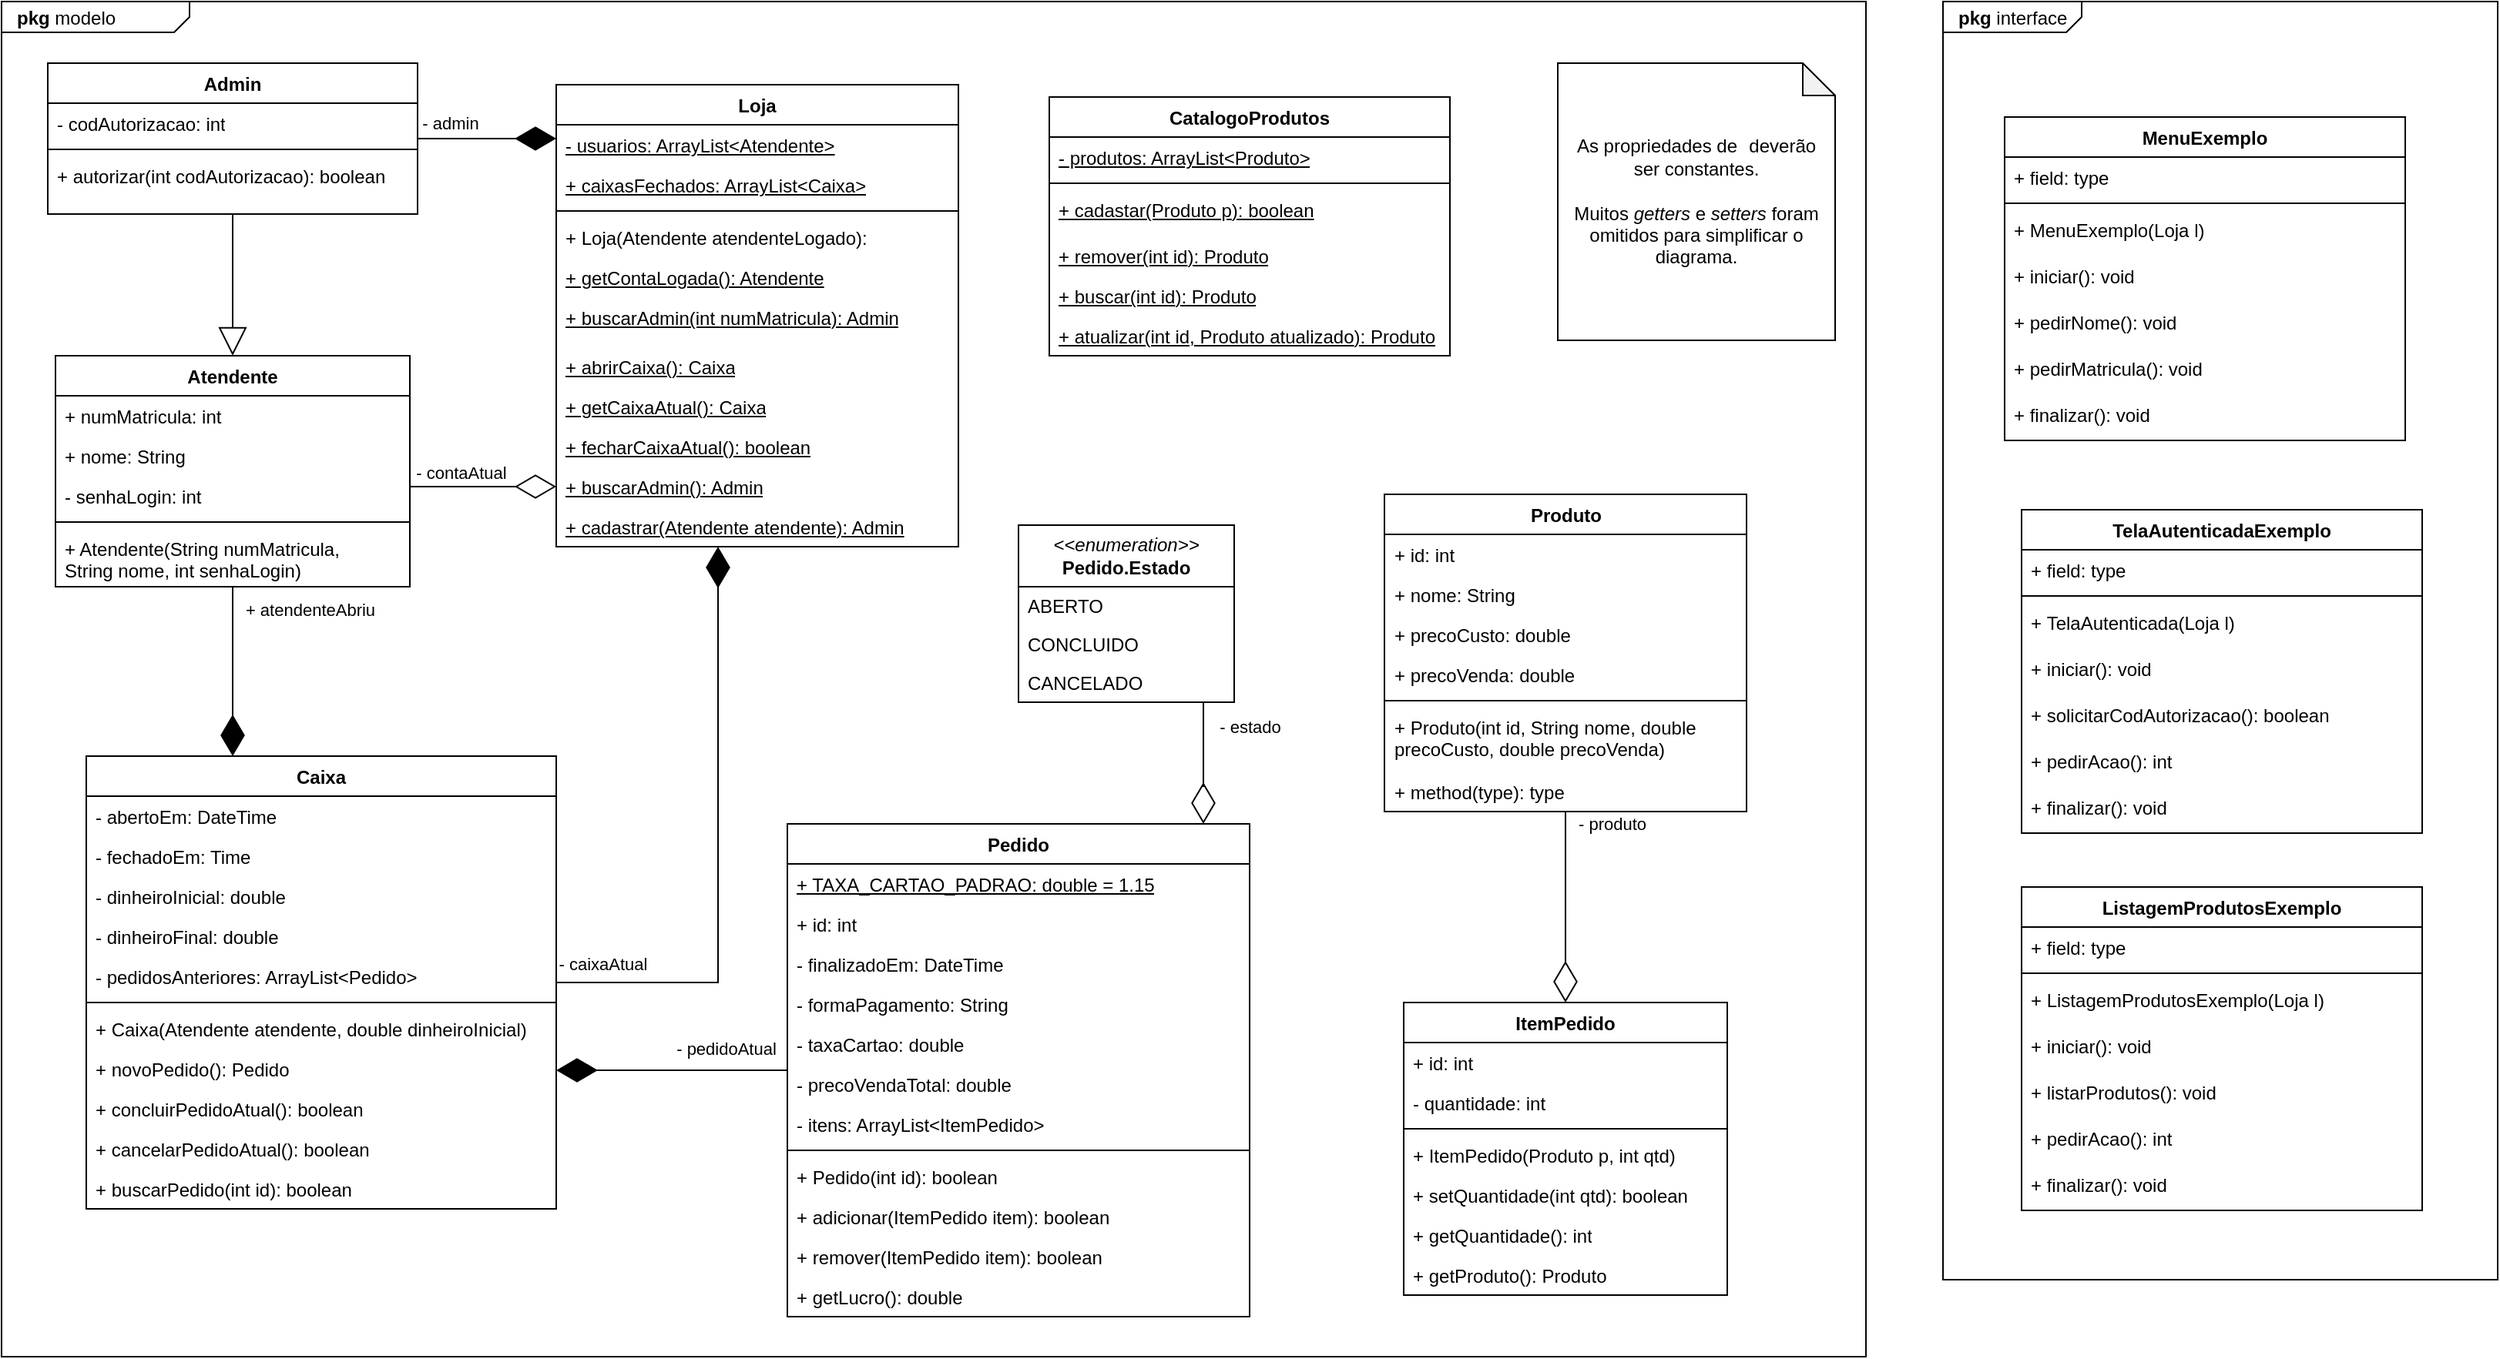
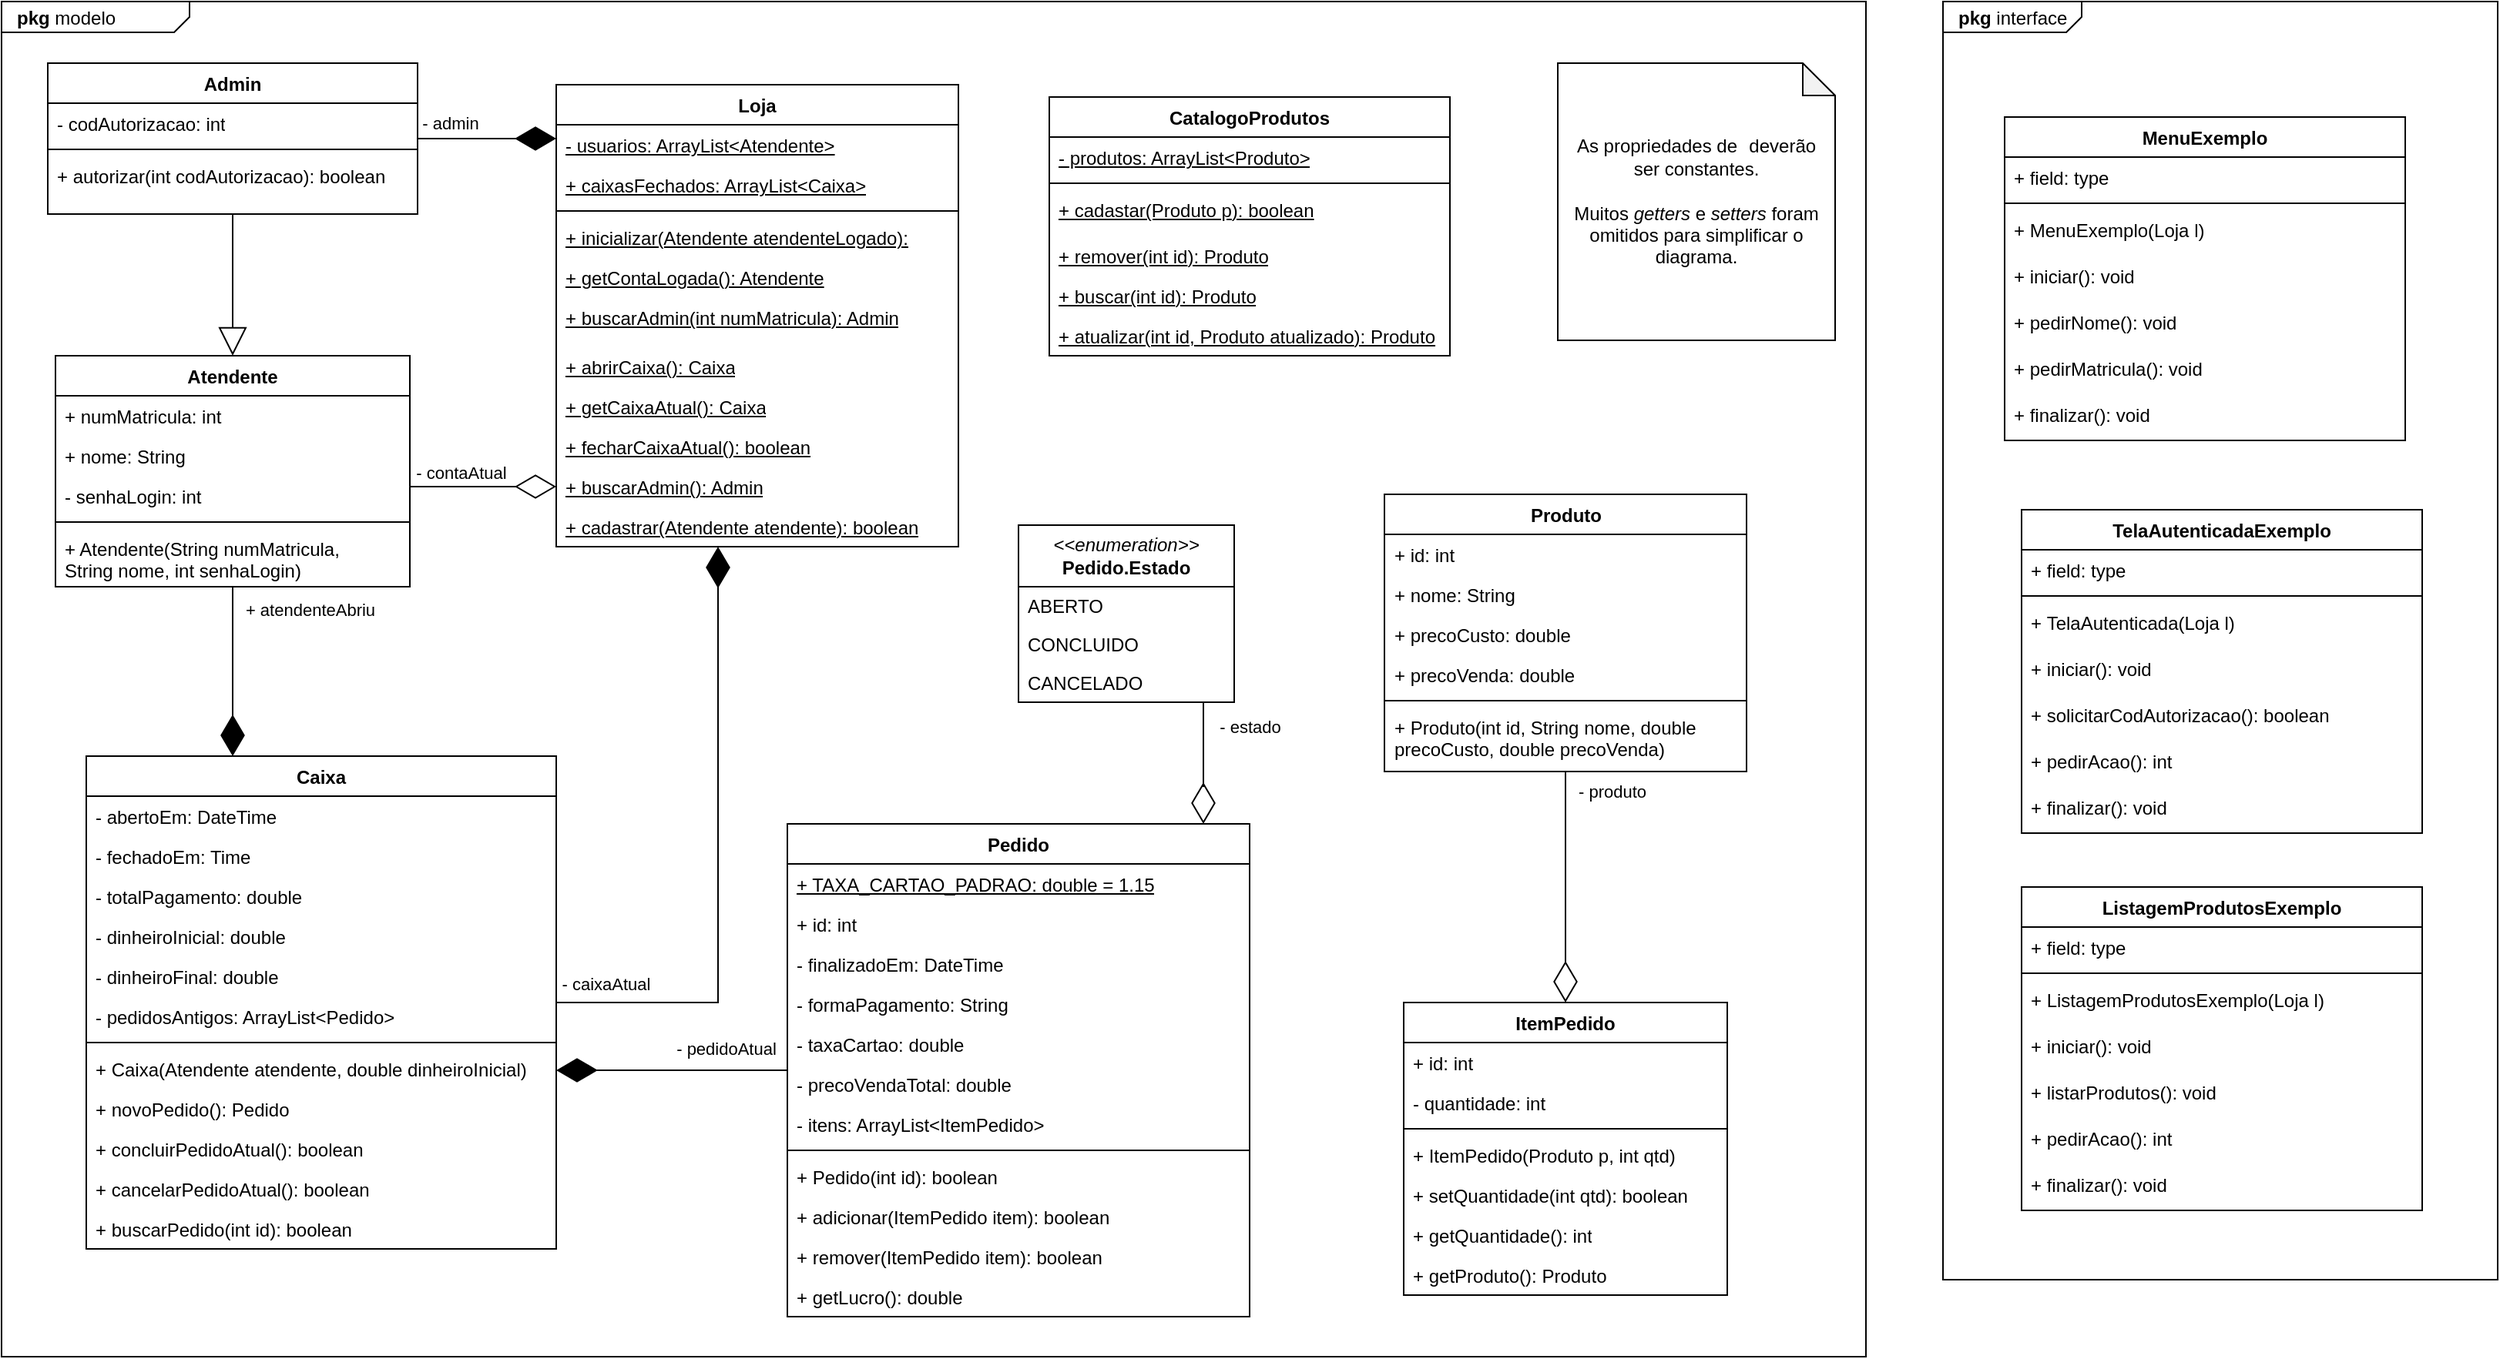
<mxfile host="Electron">
  <diagram name="Página-1" id="9ZmY0ZwC9zlJIqc9ISHl">
-     <mxGraphModel dx="2327" dy="1871" grid="1" gridSize="10" guides="1" tooltips="1" connect="1" arrows="1" fold="1" page="1" pageScale="1" pageWidth="827" pageHeight="1169" math="0" shadow="0">
+     <mxGraphModel dx="2131" dy="1750" grid="1" gridSize="10" guides="1" tooltips="1" connect="1" arrows="1" fold="1" page="1" pageScale="1" pageWidth="827" pageHeight="1169" math="0" shadow="0">
      <root>
        <mxCell id="0" />
        <mxCell id="1" parent="0" />
        <mxCell id="gy4Eh5UNHML4C2wZnuB5-49" parent="1" style="html=1;shape=mxgraph.sysml.package;xSize=90;align=left;spacingLeft=10;overflow=fill;recursiveResize=0;container=1;collapsible=0;labelX=122.94;movable=1;resizable=1;rotatable=1;deletable=1;editable=1;locked=0;connectable=1;" value="&lt;p style=&quot;margin:0px;margin-top:4px;margin-left:10px;text-align:left;&quot;&gt;&lt;b&gt;pkg&lt;/b&gt;   modelo&lt;/p&gt;" vertex="1">
          <mxGeometry height="880" width="1210" x="-260" y="-210" as="geometry">
            <mxRectangle height="30" width="120" x="40" y="40" as="alternateBounds" />
          </mxGeometry>
        </mxCell>
        <mxCell id="gy4Eh5UNHML4C2wZnuB5-27" parent="gy4Eh5UNHML4C2wZnuB5-49" style="swimlane;fontStyle=1;align=center;verticalAlign=top;childLayout=stackLayout;horizontal=1;startSize=26;horizontalStack=0;resizeParent=1;resizeParentMax=0;resizeLast=0;collapsible=1;marginBottom=0;whiteSpace=wrap;html=1;resizeHeight=0;expand=0;resizeWidth=1;" value="Loja" vertex="1">
          <mxGeometry height="300" width="261" x="360" y="54" as="geometry" />
        </mxCell>
        <mxCell id="gy4Eh5UNHML4C2wZnuB5-128" parent="gy4Eh5UNHML4C2wZnuB5-27" style="text;strokeColor=none;fillColor=none;align=left;verticalAlign=top;spacingLeft=4;spacingRight=4;overflow=hidden;rotatable=0;points=[[0,0.5],[1,0.5]];portConstraint=eastwest;whiteSpace=wrap;html=1;" value="&lt;u&gt;- usuarios: ArrayList&amp;lt;Atendente&amp;gt;&lt;/u&gt;" vertex="1">
          <mxGeometry height="26" width="261" y="26" as="geometry" />
        </mxCell>
        <mxCell id="gy4Eh5UNHML4C2wZnuB5-129" parent="gy4Eh5UNHML4C2wZnuB5-27" style="text;strokeColor=none;fillColor=none;align=left;verticalAlign=top;spacingLeft=4;spacingRight=4;overflow=hidden;rotatable=0;points=[[0,0.5],[1,0.5]];portConstraint=eastwest;whiteSpace=wrap;html=1;" value="&lt;u&gt;+ caixasFechados: ArrayList&amp;lt;Caixa&amp;gt;&lt;/u&gt;" vertex="1">
          <mxGeometry height="26" width="261" y="52" as="geometry" />
        </mxCell>
        <mxCell id="gy4Eh5UNHML4C2wZnuB5-29" parent="gy4Eh5UNHML4C2wZnuB5-27" style="line;strokeWidth=1;fillColor=none;align=left;verticalAlign=middle;spacingTop=-1;spacingLeft=3;spacingRight=3;rotatable=0;labelPosition=right;points=[];portConstraint=eastwest;strokeColor=inherit;" value="" vertex="1">
          <mxGeometry height="8" width="261" y="78" as="geometry" />
        </mxCell>
-         <mxCell id="EbaSRvtsIRmWHhfiMmkh-74" parent="gy4Eh5UNHML4C2wZnuB5-27" style="text;strokeColor=none;fillColor=none;align=left;verticalAlign=top;spacingLeft=4;spacingRight=4;overflow=hidden;rotatable=0;points=[[0,0.5],[1,0.5]];portConstraint=eastwest;whiteSpace=wrap;html=1;" value="+ Loja(Atendente atendenteLogado):" vertex="1">
+         <mxCell id="EbaSRvtsIRmWHhfiMmkh-74" parent="gy4Eh5UNHML4C2wZnuB5-27" style="text;strokeColor=none;fillColor=none;align=left;verticalAlign=top;spacingLeft=4;spacingRight=4;overflow=hidden;rotatable=0;points=[[0,0.5],[1,0.5]];portConstraint=eastwest;whiteSpace=wrap;html=1;" value="&lt;u&gt;+ inicializar(Atendente atendenteLogado):&lt;/u&gt;" vertex="1">
          <mxGeometry height="26" width="261" y="86" as="geometry" />
        </mxCell>
        <mxCell id="EbaSRvtsIRmWHhfiMmkh-78" parent="gy4Eh5UNHML4C2wZnuB5-27" style="text;strokeColor=none;fillColor=none;align=left;verticalAlign=top;spacingLeft=4;spacingRight=4;overflow=hidden;rotatable=0;points=[[0,0.5],[1,0.5]];portConstraint=eastwest;whiteSpace=wrap;html=1;" value="&lt;u&gt;+ getContaLogada(): Atendente&lt;/u&gt;" vertex="1">
          <mxGeometry height="26" width="261" y="112" as="geometry" />
        </mxCell>
        <mxCell id="gy4Eh5UNHML4C2wZnuB5-30" parent="gy4Eh5UNHML4C2wZnuB5-27" style="text;strokeColor=none;fillColor=none;align=left;verticalAlign=top;spacingLeft=4;spacingRight=4;overflow=hidden;rotatable=0;points=[[0,0.5],[1,0.5]];portConstraint=eastwest;whiteSpace=wrap;html=1;" value="&lt;u&gt;+ buscarAdmin(int numMatricula): Admin&lt;/u&gt;" vertex="1">
          <mxGeometry height="32" width="261" y="138" as="geometry" />
        </mxCell>
        <mxCell id="gy4Eh5UNHML4C2wZnuB5-137" parent="gy4Eh5UNHML4C2wZnuB5-27" style="text;strokeColor=none;fillColor=none;align=left;verticalAlign=top;spacingLeft=4;spacingRight=4;overflow=hidden;rotatable=0;points=[[0,0.5],[1,0.5]];portConstraint=eastwest;whiteSpace=wrap;html=1;" value="&lt;u&gt;+ abrirCaixa(): Caixa&lt;/u&gt;" vertex="1">
          <mxGeometry height="26" width="261" y="170" as="geometry" />
        </mxCell>
        <mxCell id="EbaSRvtsIRmWHhfiMmkh-39" parent="gy4Eh5UNHML4C2wZnuB5-27" style="text;strokeColor=none;fillColor=none;align=left;verticalAlign=top;spacingLeft=4;spacingRight=4;overflow=hidden;rotatable=0;points=[[0,0.5],[1,0.5]];portConstraint=eastwest;whiteSpace=wrap;html=1;" value="&lt;u&gt;+ getCaixaAtual(): Caixa&lt;/u&gt;" vertex="1">
          <mxGeometry height="26" width="261" y="196" as="geometry" />
        </mxCell>
        <mxCell id="EbaSRvtsIRmWHhfiMmkh-40" parent="gy4Eh5UNHML4C2wZnuB5-27" style="text;strokeColor=none;fillColor=none;align=left;verticalAlign=top;spacingLeft=4;spacingRight=4;overflow=hidden;rotatable=0;points=[[0,0.5],[1,0.5]];portConstraint=eastwest;whiteSpace=wrap;html=1;" value="&lt;u&gt;+ fecharCaixaAtual(): boolean&lt;/u&gt;" vertex="1">
          <mxGeometry height="26" width="261" y="222" as="geometry" />
        </mxCell>
        <mxCell id="gy4Eh5UNHML4C2wZnuB5-138" parent="gy4Eh5UNHML4C2wZnuB5-27" style="text;strokeColor=none;fillColor=none;align=left;verticalAlign=top;spacingLeft=4;spacingRight=4;overflow=hidden;rotatable=0;points=[[0,0.5],[1,0.5]];portConstraint=eastwest;whiteSpace=wrap;html=1;" value="&lt;u&gt;+ buscarAdmin(): Admin&lt;/u&gt;" vertex="1">
          <mxGeometry height="26" width="261" y="248" as="geometry" />
        </mxCell>
-         <mxCell id="EbaSRvtsIRmWHhfiMmkh-5" parent="gy4Eh5UNHML4C2wZnuB5-27" style="text;strokeColor=none;fillColor=none;align=left;verticalAlign=top;spacingLeft=4;spacingRight=4;overflow=hidden;rotatable=0;points=[[0,0.5],[1,0.5]];portConstraint=eastwest;whiteSpace=wrap;html=1;" value="&lt;u&gt;+ cadastrar(Atendente atendente): Admin&lt;/u&gt;" vertex="1">
+         <mxCell id="EbaSRvtsIRmWHhfiMmkh-5" parent="gy4Eh5UNHML4C2wZnuB5-27" style="text;strokeColor=none;fillColor=none;align=left;verticalAlign=top;spacingLeft=4;spacingRight=4;overflow=hidden;rotatable=0;points=[[0,0.5],[1,0.5]];portConstraint=eastwest;whiteSpace=wrap;html=1;" value="&lt;u&gt;+ cadastrar(Atendente atendente): boolean&lt;/u&gt;" vertex="1">
          <mxGeometry height="26" width="261" y="274" as="geometry" />
        </mxCell>
        <mxCell id="gy4Eh5UNHML4C2wZnuB5-11" parent="gy4Eh5UNHML4C2wZnuB5-49" style="swimlane;fontStyle=1;align=center;verticalAlign=top;childLayout=stackLayout;horizontal=1;startSize=26;horizontalStack=0;resizeParent=1;resizeParentMax=0;resizeLast=0;collapsible=1;marginBottom=0;whiteSpace=wrap;html=1;" value="CatalogoProdutos" vertex="1">
          <mxGeometry height="168" width="260" x="680" y="62" as="geometry" />
        </mxCell>
        <mxCell id="gy4Eh5UNHML4C2wZnuB5-131" parent="gy4Eh5UNHML4C2wZnuB5-11" style="text;strokeColor=none;fillColor=none;align=left;verticalAlign=top;spacingLeft=4;spacingRight=4;overflow=hidden;rotatable=0;points=[[0,0.5],[1,0.5]];portConstraint=eastwest;whiteSpace=wrap;html=1;" value="&lt;u&gt;- produtos: ArrayList&amp;lt;Produto&amp;gt;&lt;/u&gt;" vertex="1">
          <mxGeometry height="26" width="260" y="26" as="geometry" />
        </mxCell>
        <mxCell id="gy4Eh5UNHML4C2wZnuB5-13" parent="gy4Eh5UNHML4C2wZnuB5-11" style="line;strokeWidth=1;fillColor=none;align=left;verticalAlign=middle;spacingTop=-1;spacingLeft=3;spacingRight=3;rotatable=0;labelPosition=right;points=[];portConstraint=eastwest;strokeColor=inherit;" value="" vertex="1">
          <mxGeometry height="8" width="260" y="52" as="geometry" />
        </mxCell>
        <mxCell id="gy4Eh5UNHML4C2wZnuB5-134" parent="gy4Eh5UNHML4C2wZnuB5-11" style="text;strokeColor=none;fillColor=none;align=left;verticalAlign=top;spacingLeft=4;spacingRight=4;overflow=hidden;rotatable=0;points=[[0,0.5],[1,0.5]];portConstraint=eastwest;whiteSpace=wrap;html=1;" value="&lt;u&gt;+ cadastar(Produto p&lt;/u&gt;&lt;u style=&quot;background-color: transparent; color: light-dark(rgb(0, 0, 0), rgb(255, 255, 255));&quot;&gt;): boolean&lt;/u&gt;" vertex="1">
          <mxGeometry height="30" width="260" y="60" as="geometry" />
        </mxCell>
        <mxCell id="EbaSRvtsIRmWHhfiMmkh-1" parent="gy4Eh5UNHML4C2wZnuB5-11" style="text;strokeColor=none;fillColor=none;align=left;verticalAlign=top;spacingLeft=4;spacingRight=4;overflow=hidden;rotatable=0;points=[[0,0.5],[1,0.5]];portConstraint=eastwest;whiteSpace=wrap;html=1;" value="&lt;u&gt;+ remover(int id&lt;/u&gt;&lt;u style=&quot;background-color: transparent; color: light-dark(rgb(0, 0, 0), rgb(255, 255, 255));&quot;&gt;): Produto&lt;/u&gt;" vertex="1">
          <mxGeometry height="26" width="260" y="90" as="geometry" />
        </mxCell>
        <mxCell id="EbaSRvtsIRmWHhfiMmkh-3" parent="gy4Eh5UNHML4C2wZnuB5-11" style="text;strokeColor=none;fillColor=none;align=left;verticalAlign=top;spacingLeft=4;spacingRight=4;overflow=hidden;rotatable=0;points=[[0,0.5],[1,0.5]];portConstraint=eastwest;whiteSpace=wrap;html=1;" value="&lt;u&gt;+ buscar(int id&lt;/u&gt;&lt;u style=&quot;background-color: transparent; color: light-dark(rgb(0, 0, 0), rgb(255, 255, 255));&quot;&gt;): Produto&lt;/u&gt;" vertex="1">
          <mxGeometry height="26" width="260" y="116" as="geometry" />
        </mxCell>
        <mxCell id="EbaSRvtsIRmWHhfiMmkh-4" parent="gy4Eh5UNHML4C2wZnuB5-11" style="text;strokeColor=none;fillColor=none;align=left;verticalAlign=top;spacingLeft=4;spacingRight=4;overflow=hidden;rotatable=0;points=[[0,0.5],[1,0.5]];portConstraint=eastwest;whiteSpace=wrap;html=1;" value="&lt;u&gt;+ atualizar(int id, Produto atualizado&lt;/u&gt;&lt;u style=&quot;background-color: transparent; color: light-dark(rgb(0, 0, 0), rgb(255, 255, 255));&quot;&gt;): Produto&lt;/u&gt;" vertex="1">
          <mxGeometry height="26" width="260" y="142" as="geometry" />
        </mxCell>
        <mxCell id="gy4Eh5UNHML4C2wZnuB5-31" parent="gy4Eh5UNHML4C2wZnuB5-49" style="swimlane;fontStyle=1;align=center;verticalAlign=top;childLayout=stackLayout;horizontal=1;startSize=26;horizontalStack=0;resizeParent=1;resizeParentMax=0;resizeLast=0;collapsible=1;marginBottom=0;whiteSpace=wrap;html=1;" value="Produto" vertex="1">
-           <mxGeometry height="206" width="235" x="897.5" y="320" as="geometry" />
+           <mxGeometry height="180" width="235" x="897.5" y="320" as="geometry" />
        </mxCell>
        <mxCell id="EbaSRvtsIRmWHhfiMmkh-2" parent="gy4Eh5UNHML4C2wZnuB5-31" style="text;strokeColor=none;fillColor=none;align=left;verticalAlign=top;spacingLeft=4;spacingRight=4;overflow=hidden;rotatable=0;points=[[0,0.5],[1,0.5]];portConstraint=eastwest;whiteSpace=wrap;html=1;" value="+ id: int" vertex="1">
          <mxGeometry height="26" width="235" y="26" as="geometry" />
        </mxCell>
        <mxCell id="gy4Eh5UNHML4C2wZnuB5-47" parent="gy4Eh5UNHML4C2wZnuB5-31" style="text;strokeColor=none;fillColor=none;align=left;verticalAlign=top;spacingLeft=4;spacingRight=4;overflow=hidden;rotatable=0;points=[[0,0.5],[1,0.5]];portConstraint=eastwest;whiteSpace=wrap;html=1;" value="+ nome: String" vertex="1">
          <mxGeometry height="26" width="235" y="52" as="geometry" />
        </mxCell>
        <mxCell id="gy4Eh5UNHML4C2wZnuB5-48" parent="gy4Eh5UNHML4C2wZnuB5-31" style="text;strokeColor=none;fillColor=none;align=left;verticalAlign=top;spacingLeft=4;spacingRight=4;overflow=hidden;rotatable=0;points=[[0,0.5],[1,0.5]];portConstraint=eastwest;whiteSpace=wrap;html=1;" value="+ precoCusto: double" vertex="1">
          <mxGeometry height="26" width="235" y="78" as="geometry" />
        </mxCell>
        <mxCell id="gy4Eh5UNHML4C2wZnuB5-32" parent="gy4Eh5UNHML4C2wZnuB5-31" style="text;strokeColor=none;fillColor=none;align=left;verticalAlign=top;spacingLeft=4;spacingRight=4;overflow=hidden;rotatable=0;points=[[0,0.5],[1,0.5]];portConstraint=eastwest;whiteSpace=wrap;html=1;" value="+ precoVenda: double" vertex="1">
          <mxGeometry height="26" width="235" y="104" as="geometry" />
        </mxCell>
        <mxCell id="gy4Eh5UNHML4C2wZnuB5-33" parent="gy4Eh5UNHML4C2wZnuB5-31" style="line;strokeWidth=1;fillColor=none;align=left;verticalAlign=middle;spacingTop=-1;spacingLeft=3;spacingRight=3;rotatable=0;labelPosition=right;points=[];portConstraint=eastwest;strokeColor=inherit;" value="" vertex="1">
          <mxGeometry height="8" width="235" y="130" as="geometry" />
        </mxCell>
        <mxCell id="gy4Eh5UNHML4C2wZnuB5-34" parent="gy4Eh5UNHML4C2wZnuB5-31" style="text;strokeColor=none;fillColor=none;align=left;verticalAlign=top;spacingLeft=4;spacingRight=4;overflow=hidden;rotatable=0;points=[[0,0.5],[1,0.5]];portConstraint=eastwest;whiteSpace=wrap;html=1;" value="+ Produto(int id, String nome, double precoCusto, double precoVenda)" vertex="1">
          <mxGeometry height="42" width="235" y="138" as="geometry" />
        </mxCell>
-         <mxCell id="EbaSRvtsIRmWHhfiMmkh-44" parent="gy4Eh5UNHML4C2wZnuB5-31" style="text;strokeColor=none;fillColor=none;align=left;verticalAlign=top;spacingLeft=4;spacingRight=4;overflow=hidden;rotatable=0;points=[[0,0.5],[1,0.5]];portConstraint=eastwest;whiteSpace=wrap;html=1;" value="+ method(type): type" vertex="1">
-           <mxGeometry height="26" width="235" y="180" as="geometry" />
-         </mxCell>
        <mxCell id="gy4Eh5UNHML4C2wZnuB5-7" parent="gy4Eh5UNHML4C2wZnuB5-49" style="swimlane;fontStyle=1;align=center;verticalAlign=top;childLayout=stackLayout;horizontal=1;startSize=26;horizontalStack=0;resizeParent=1;resizeParentMax=0;resizeLast=0;collapsible=1;marginBottom=0;whiteSpace=wrap;html=1;" value="Pedido" vertex="1">
          <mxGeometry height="320" width="300" x="510" y="534" as="geometry" />
        </mxCell>
        <mxCell id="EbaSRvtsIRmWHhfiMmkh-43" parent="gy4Eh5UNHML4C2wZnuB5-7" style="text;strokeColor=none;fillColor=none;align=left;verticalAlign=top;spacingLeft=4;spacingRight=4;overflow=hidden;rotatable=0;points=[[0,0.5],[1,0.5]];portConstraint=eastwest;whiteSpace=wrap;html=1;" value="&lt;u&gt;+ TAXA_CARTAO_PADRAO: double = 1.15&lt;/u&gt;" vertex="1">
          <mxGeometry height="26" width="300" y="26" as="geometry" />
        </mxCell>
        <mxCell id="gy4Eh5UNHML4C2wZnuB5-46" parent="gy4Eh5UNHML4C2wZnuB5-7" style="text;strokeColor=none;fillColor=none;align=left;verticalAlign=top;spacingLeft=4;spacingRight=4;overflow=hidden;rotatable=0;points=[[0,0.5],[1,0.5]];portConstraint=eastwest;whiteSpace=wrap;html=1;" value="+ id: int" vertex="1">
          <mxGeometry height="26" width="300" y="52" as="geometry" />
        </mxCell>
        <mxCell id="gy4Eh5UNHML4C2wZnuB5-8" parent="gy4Eh5UNHML4C2wZnuB5-7" style="text;strokeColor=none;fillColor=none;align=left;verticalAlign=top;spacingLeft=4;spacingRight=4;overflow=hidden;rotatable=0;points=[[0,0.5],[1,0.5]];portConstraint=eastwest;whiteSpace=wrap;html=1;" value="- finalizadoEm: DateTime" vertex="1">
          <mxGeometry height="26" width="300" y="78" as="geometry" />
        </mxCell>
        <mxCell id="gy4Eh5UNHML4C2wZnuB5-43" parent="gy4Eh5UNHML4C2wZnuB5-7" style="text;strokeColor=none;fillColor=none;align=left;verticalAlign=top;spacingLeft=4;spacingRight=4;overflow=hidden;rotatable=0;points=[[0,0.5],[1,0.5]];portConstraint=eastwest;whiteSpace=wrap;html=1;" value="- formaPagamento: String" vertex="1">
          <mxGeometry height="26" width="300" y="104" as="geometry" />
        </mxCell>
        <mxCell id="gy4Eh5UNHML4C2wZnuB5-44" parent="gy4Eh5UNHML4C2wZnuB5-7" style="text;strokeColor=none;fillColor=none;align=left;verticalAlign=top;spacingLeft=4;spacingRight=4;overflow=hidden;rotatable=0;points=[[0,0.5],[1,0.5]];portConstraint=eastwest;whiteSpace=wrap;html=1;" value="- taxaCartao: double" vertex="1">
          <mxGeometry height="26" width="300" y="130" as="geometry" />
        </mxCell>
        <mxCell id="gy4Eh5UNHML4C2wZnuB5-45" parent="gy4Eh5UNHML4C2wZnuB5-7" style="text;strokeColor=none;fillColor=none;align=left;verticalAlign=top;spacingLeft=4;spacingRight=4;overflow=hidden;rotatable=0;points=[[0,0.5],[1,0.5]];portConstraint=eastwest;whiteSpace=wrap;html=1;" value="- precoVendaTotal: double" vertex="1">
          <mxGeometry height="26" width="300" y="156" as="geometry" />
        </mxCell>
        <mxCell id="gy4Eh5UNHML4C2wZnuB5-130" parent="gy4Eh5UNHML4C2wZnuB5-7" style="text;strokeColor=none;fillColor=none;align=left;verticalAlign=top;spacingLeft=4;spacingRight=4;overflow=hidden;rotatable=0;points=[[0,0.5],[1,0.5]];portConstraint=eastwest;whiteSpace=wrap;html=1;" value="- itens: ArrayList&amp;lt;ItemPedido&amp;gt;" vertex="1">
          <mxGeometry height="26" width="300" y="182" as="geometry" />
        </mxCell>
        <mxCell id="gy4Eh5UNHML4C2wZnuB5-9" parent="gy4Eh5UNHML4C2wZnuB5-7" style="line;strokeWidth=1;fillColor=none;align=left;verticalAlign=middle;spacingTop=-1;spacingLeft=3;spacingRight=3;rotatable=0;labelPosition=right;points=[];portConstraint=eastwest;strokeColor=inherit;" value="" vertex="1">
          <mxGeometry height="8" width="300" y="208" as="geometry" />
        </mxCell>
        <mxCell id="EbaSRvtsIRmWHhfiMmkh-42" parent="gy4Eh5UNHML4C2wZnuB5-7" style="text;strokeColor=none;fillColor=none;align=left;verticalAlign=top;spacingLeft=4;spacingRight=4;overflow=hidden;rotatable=0;points=[[0,0.5],[1,0.5]];portConstraint=eastwest;whiteSpace=wrap;html=1;" value="+ Pedido(int id): boolean" vertex="1">
          <mxGeometry height="26" width="300" y="216" as="geometry" />
        </mxCell>
        <mxCell id="gy4Eh5UNHML4C2wZnuB5-10" parent="gy4Eh5UNHML4C2wZnuB5-7" style="text;strokeColor=none;fillColor=none;align=left;verticalAlign=top;spacingLeft=4;spacingRight=4;overflow=hidden;rotatable=0;points=[[0,0.5],[1,0.5]];portConstraint=eastwest;whiteSpace=wrap;html=1;" value="+ adicionar(ItemPedido item): boolean" vertex="1">
          <mxGeometry height="26" width="300" y="242" as="geometry" />
        </mxCell>
        <mxCell id="EbaSRvtsIRmWHhfiMmkh-18" parent="gy4Eh5UNHML4C2wZnuB5-7" style="text;strokeColor=none;fillColor=none;align=left;verticalAlign=top;spacingLeft=4;spacingRight=4;overflow=hidden;rotatable=0;points=[[0,0.5],[1,0.5]];portConstraint=eastwest;whiteSpace=wrap;html=1;" value="+ remover(ItemPedido item): boolean" vertex="1">
          <mxGeometry height="26" width="300" y="268" as="geometry" />
        </mxCell>
        <mxCell id="EbaSRvtsIRmWHhfiMmkh-45" parent="gy4Eh5UNHML4C2wZnuB5-7" style="text;strokeColor=none;fillColor=none;align=left;verticalAlign=top;spacingLeft=4;spacingRight=4;overflow=hidden;rotatable=0;points=[[0,0.5],[1,0.5]];portConstraint=eastwest;whiteSpace=wrap;html=1;" value="+ getLucro(): double" vertex="1">
          <mxGeometry height="26" width="300" y="294" as="geometry" />
        </mxCell>
        <mxCell id="gy4Eh5UNHML4C2wZnuB5-3" parent="gy4Eh5UNHML4C2wZnuB5-49" style="swimlane;fontStyle=1;align=center;verticalAlign=top;childLayout=stackLayout;horizontal=1;startSize=26;horizontalStack=0;resizeParent=1;resizeParentMax=0;resizeLast=0;collapsible=1;marginBottom=0;whiteSpace=wrap;html=1;" value="Caixa" vertex="1">
-           <mxGeometry height="294" width="305" x="55" y="490" as="geometry" />
+           <mxGeometry height="320" width="305" x="55" y="490" as="geometry" />
        </mxCell>
        <mxCell id="gy4Eh5UNHML4C2wZnuB5-4" parent="gy4Eh5UNHML4C2wZnuB5-3" style="text;strokeColor=none;fillColor=none;align=left;verticalAlign=top;spacingLeft=4;spacingRight=4;overflow=hidden;rotatable=0;points=[[0,0.5],[1,0.5]];portConstraint=eastwest;whiteSpace=wrap;html=1;" value="- abertoEm: DateTime" vertex="1">
          <mxGeometry height="26" width="305" y="26" as="geometry" />
        </mxCell>
        <mxCell id="gy4Eh5UNHML4C2wZnuB5-40" parent="gy4Eh5UNHML4C2wZnuB5-3" style="text;strokeColor=none;fillColor=none;align=left;verticalAlign=top;spacingLeft=4;spacingRight=4;overflow=hidden;rotatable=0;points=[[0,0.5],[1,0.5]];portConstraint=eastwest;whiteSpace=wrap;html=1;" value="- fechadoEm: Time" vertex="1">
          <mxGeometry height="26" width="305" y="52" as="geometry" />
        </mxCell>
+         <mxCell id="m6lvUc4TkEWnN2bDjYWc-1" parent="gy4Eh5UNHML4C2wZnuB5-3" style="text;strokeColor=none;fillColor=none;align=left;verticalAlign=top;spacingLeft=4;spacingRight=4;overflow=hidden;rotatable=0;points=[[0,0.5],[1,0.5]];portConstraint=eastwest;whiteSpace=wrap;html=1;" value="- totalPagamento: double" vertex="1">
+           <mxGeometry height="26" width="305" y="78" as="geometry" />
+         </mxCell>
        <mxCell id="gy4Eh5UNHML4C2wZnuB5-41" parent="gy4Eh5UNHML4C2wZnuB5-3" style="text;strokeColor=none;fillColor=none;align=left;verticalAlign=top;spacingLeft=4;spacingRight=4;overflow=hidden;rotatable=0;points=[[0,0.5],[1,0.5]];portConstraint=eastwest;whiteSpace=wrap;html=1;" value="- dinheiroInicial: double" vertex="1">
-           <mxGeometry height="26" width="305" y="78" as="geometry" />
+           <mxGeometry height="26" width="305" y="104" as="geometry" />
        </mxCell>
        <mxCell id="gy4Eh5UNHML4C2wZnuB5-42" parent="gy4Eh5UNHML4C2wZnuB5-3" style="text;strokeColor=none;fillColor=none;align=left;verticalAlign=top;spacingLeft=4;spacingRight=4;overflow=hidden;rotatable=0;points=[[0,0.5],[1,0.5]];portConstraint=eastwest;whiteSpace=wrap;html=1;" value="- dinheiroFinal: double" vertex="1">
-           <mxGeometry height="26" width="305" y="104" as="geometry" />
-         </mxCell>
-         <mxCell id="EbaSRvtsIRmWHhfiMmkh-21" parent="gy4Eh5UNHML4C2wZnuB5-3" style="text;strokeColor=none;fillColor=none;align=left;verticalAlign=top;spacingLeft=4;spacingRight=4;overflow=hidden;rotatable=0;points=[[0,0.5],[1,0.5]];portConstraint=eastwest;whiteSpace=wrap;html=1;" value="- pedidosAnteriores: ArrayList&amp;lt;Pedido&amp;gt;" vertex="1">
          <mxGeometry height="26" width="305" y="130" as="geometry" />
        </mxCell>
+         <mxCell id="EbaSRvtsIRmWHhfiMmkh-21" parent="gy4Eh5UNHML4C2wZnuB5-3" style="text;strokeColor=none;fillColor=none;align=left;verticalAlign=top;spacingLeft=4;spacingRight=4;overflow=hidden;rotatable=0;points=[[0,0.5],[1,0.5]];portConstraint=eastwest;whiteSpace=wrap;html=1;" value="- pedidosAntigos: ArrayList&amp;lt;Pedido&amp;gt;" vertex="1">
+           <mxGeometry height="26" width="305" y="156" as="geometry" />
+         </mxCell>
        <mxCell id="gy4Eh5UNHML4C2wZnuB5-5" parent="gy4Eh5UNHML4C2wZnuB5-3" style="line;strokeWidth=1;fillColor=none;align=left;verticalAlign=middle;spacingTop=-1;spacingLeft=3;spacingRight=3;rotatable=0;labelPosition=right;points=[];portConstraint=eastwest;strokeColor=inherit;" value="" vertex="1">
-           <mxGeometry height="8" width="305" y="156" as="geometry" />
+           <mxGeometry height="8" width="305" y="182" as="geometry" />
        </mxCell>
        <mxCell id="gy4Eh5UNHML4C2wZnuB5-6" parent="gy4Eh5UNHML4C2wZnuB5-3" style="text;strokeColor=none;fillColor=none;align=left;verticalAlign=top;spacingLeft=4;spacingRight=4;overflow=hidden;rotatable=0;points=[[0,0.5],[1,0.5]];portConstraint=eastwest;whiteSpace=wrap;html=1;" value="+ Caixa(Atendente atendente, double dinheiroInicial)" vertex="1">
-           <mxGeometry height="26" width="305" y="164" as="geometry" />
+           <mxGeometry height="26" width="305" y="190" as="geometry" />
        </mxCell>
        <mxCell id="gy4Eh5UNHML4C2wZnuB5-132" parent="gy4Eh5UNHML4C2wZnuB5-3" style="text;strokeColor=none;fillColor=none;align=left;verticalAlign=top;spacingLeft=4;spacingRight=4;overflow=hidden;rotatable=0;points=[[0,0.5],[1,0.5]];portConstraint=eastwest;whiteSpace=wrap;html=1;" value="+ novoPedido(): Pedido" vertex="1">
-           <mxGeometry height="26" width="305" y="190" as="geometry" />
+           <mxGeometry height="26" width="305" y="216" as="geometry" />
        </mxCell>
        <mxCell id="EbaSRvtsIRmWHhfiMmkh-38" parent="gy4Eh5UNHML4C2wZnuB5-3" style="text;strokeColor=none;fillColor=none;align=left;verticalAlign=top;spacingLeft=4;spacingRight=4;overflow=hidden;rotatable=0;points=[[0,0.5],[1,0.5]];portConstraint=eastwest;whiteSpace=wrap;html=1;" value="+ concluirPedidoAtual(): boolean" vertex="1">
-           <mxGeometry height="26" width="305" y="216" as="geometry" />
+           <mxGeometry height="26" width="305" y="242" as="geometry" />
        </mxCell>
        <mxCell id="EbaSRvtsIRmWHhfiMmkh-23" parent="gy4Eh5UNHML4C2wZnuB5-3" style="text;strokeColor=none;fillColor=none;align=left;verticalAlign=top;spacingLeft=4;spacingRight=4;overflow=hidden;rotatable=0;points=[[0,0.5],[1,0.5]];portConstraint=eastwest;whiteSpace=wrap;html=1;" value="+ cancelarPedidoAtual(): boolean" vertex="1">
-           <mxGeometry height="26" width="305" y="242" as="geometry" />
+           <mxGeometry height="26" width="305" y="268" as="geometry" />
        </mxCell>
        <mxCell id="EbaSRvtsIRmWHhfiMmkh-22" parent="gy4Eh5UNHML4C2wZnuB5-3" style="text;strokeColor=none;fillColor=none;align=left;verticalAlign=top;spacingLeft=4;spacingRight=4;overflow=hidden;rotatable=0;points=[[0,0.5],[1,0.5]];portConstraint=eastwest;whiteSpace=wrap;html=1;" value="+ buscarPedido(int id): boolean" vertex="1">
-           <mxGeometry height="26" width="305" y="268" as="geometry" />
+           <mxGeometry height="26" width="305" y="294" as="geometry" />
        </mxCell>
        <mxCell id="gy4Eh5UNHML4C2wZnuB5-19" parent="gy4Eh5UNHML4C2wZnuB5-49" style="swimlane;fontStyle=1;align=center;verticalAlign=top;childLayout=stackLayout;horizontal=1;startSize=26;horizontalStack=0;resizeParent=1;resizeParentMax=0;resizeLast=0;collapsible=1;marginBottom=0;whiteSpace=wrap;html=1;" value="Atendente" vertex="1">
          <mxGeometry height="150" width="230" x="35" y="230" as="geometry" />
        </mxCell>
        <mxCell id="gy4Eh5UNHML4C2wZnuB5-20" parent="gy4Eh5UNHML4C2wZnuB5-19" style="text;strokeColor=none;fillColor=none;align=left;verticalAlign=top;spacingLeft=4;spacingRight=4;overflow=hidden;rotatable=0;points=[[0,0.5],[1,0.5]];portConstraint=eastwest;whiteSpace=wrap;html=1;" value="+ numMatricula: int" vertex="1">
          <mxGeometry height="26" width="230" y="26" as="geometry" />
        </mxCell>
        <mxCell id="gy4Eh5UNHML4C2wZnuB5-37" parent="gy4Eh5UNHML4C2wZnuB5-19" style="text;strokeColor=none;fillColor=none;align=left;verticalAlign=top;spacingLeft=4;spacingRight=4;overflow=hidden;rotatable=0;points=[[0,0.5],[1,0.5]];portConstraint=eastwest;whiteSpace=wrap;html=1;" value="+ nome: String" vertex="1">
          <mxGeometry height="26" width="230" y="52" as="geometry" />
        </mxCell>
        <mxCell id="gy4Eh5UNHML4C2wZnuB5-39" parent="gy4Eh5UNHML4C2wZnuB5-19" style="text;strokeColor=none;fillColor=none;align=left;verticalAlign=top;spacingLeft=4;spacingRight=4;overflow=hidden;rotatable=0;points=[[0,0.5],[1,0.5]];portConstraint=eastwest;whiteSpace=wrap;html=1;" value="- senhaLogin: int" vertex="1">
          <mxGeometry height="26" width="230" y="78" as="geometry" />
        </mxCell>
        <mxCell id="gy4Eh5UNHML4C2wZnuB5-21" parent="gy4Eh5UNHML4C2wZnuB5-19" style="line;strokeWidth=1;fillColor=none;align=left;verticalAlign=middle;spacingTop=-1;spacingLeft=3;spacingRight=3;rotatable=0;labelPosition=right;points=[];portConstraint=eastwest;strokeColor=inherit;" value="" vertex="1">
          <mxGeometry height="8" width="230" y="104" as="geometry" />
        </mxCell>
        <mxCell id="gy4Eh5UNHML4C2wZnuB5-22" parent="gy4Eh5UNHML4C2wZnuB5-19" style="text;strokeColor=none;fillColor=none;align=left;verticalAlign=top;spacingLeft=4;spacingRight=4;overflow=hidden;rotatable=0;points=[[0,0.5],[1,0.5]];portConstraint=eastwest;whiteSpace=wrap;html=1;" value="+ Atendente(&lt;span style=&quot;background-color: transparent; color: light-dark(rgb(0, 0, 0), rgb(255, 255, 255));&quot;&gt;String numMatricula,&amp;nbsp;&lt;/span&gt;&lt;div&gt;&lt;span style=&quot;background-color: transparent; color: light-dark(rgb(0, 0, 0), rgb(255, 255, 255));&quot;&gt;String nome,&amp;nbsp;&lt;/span&gt;&lt;span style=&quot;background-color: transparent; color: light-dark(rgb(0, 0, 0), rgb(255, 255, 255));&quot;&gt;int senhaLogin&lt;/span&gt;&lt;span style=&quot;background-color: transparent; color: light-dark(rgb(0, 0, 0), rgb(255, 255, 255));&quot;&gt;)&lt;/span&gt;&lt;/div&gt;" vertex="1">
          <mxGeometry height="38" width="230" y="112" as="geometry" />
        </mxCell>
        <mxCell id="gy4Eh5UNHML4C2wZnuB5-23" parent="gy4Eh5UNHML4C2wZnuB5-49" style="swimlane;fontStyle=1;align=center;verticalAlign=top;childLayout=stackLayout;horizontal=1;startSize=26;horizontalStack=0;resizeParent=1;resizeParentMax=0;resizeLast=0;collapsible=1;marginBottom=0;whiteSpace=wrap;html=1;" value="Admin" vertex="1">
          <mxGeometry height="98" width="240" x="30" y="40" as="geometry" />
        </mxCell>
        <mxCell id="gy4Eh5UNHML4C2wZnuB5-24" parent="gy4Eh5UNHML4C2wZnuB5-23" style="text;strokeColor=none;fillColor=none;align=left;verticalAlign=top;spacingLeft=4;spacingRight=4;overflow=hidden;rotatable=0;points=[[0,0.5],[1,0.5]];portConstraint=eastwest;whiteSpace=wrap;html=1;" value="- codAutorizacao: int" vertex="1">
          <mxGeometry height="26" width="240" y="26" as="geometry" />
        </mxCell>
        <mxCell id="gy4Eh5UNHML4C2wZnuB5-25" parent="gy4Eh5UNHML4C2wZnuB5-23" style="line;strokeWidth=1;fillColor=none;align=left;verticalAlign=middle;spacingTop=-1;spacingLeft=3;spacingRight=3;rotatable=0;labelPosition=right;points=[];portConstraint=eastwest;strokeColor=inherit;" value="" vertex="1">
          <mxGeometry height="8" width="240" y="52" as="geometry" />
        </mxCell>
        <mxCell id="EbaSRvtsIRmWHhfiMmkh-79" parent="gy4Eh5UNHML4C2wZnuB5-23" style="text;strokeColor=none;fillColor=none;align=left;verticalAlign=top;spacingLeft=4;spacingRight=4;overflow=hidden;rotatable=0;points=[[0,0.5],[1,0.5]];portConstraint=eastwest;whiteSpace=wrap;html=1;" value="+ autorizar(int codAutorizacao): boolean" vertex="1">
          <mxGeometry height="38" width="240" y="60" as="geometry" />
        </mxCell>
        <mxCell id="gy4Eh5UNHML4C2wZnuB5-15" parent="gy4Eh5UNHML4C2wZnuB5-49" style="swimlane;fontStyle=1;align=center;verticalAlign=top;childLayout=stackLayout;horizontal=1;startSize=26;horizontalStack=0;resizeParent=1;resizeParentMax=0;resizeLast=0;collapsible=1;marginBottom=0;whiteSpace=wrap;html=1;" value="ItemPedido" vertex="1">
          <mxGeometry height="190" width="210" x="910" y="650" as="geometry" />
        </mxCell>
        <mxCell id="gy4Eh5UNHML4C2wZnuB5-16" parent="gy4Eh5UNHML4C2wZnuB5-15" style="text;strokeColor=none;fillColor=none;align=left;verticalAlign=top;spacingLeft=4;spacingRight=4;overflow=hidden;rotatable=0;points=[[0,0.5],[1,0.5]];portConstraint=eastwest;whiteSpace=wrap;html=1;" value="+ id: int" vertex="1">
          <mxGeometry height="26" width="210" y="26" as="geometry" />
        </mxCell>
        <mxCell id="EbaSRvtsIRmWHhfiMmkh-20" parent="gy4Eh5UNHML4C2wZnuB5-15" style="text;strokeColor=none;fillColor=none;align=left;verticalAlign=top;spacingLeft=4;spacingRight=4;overflow=hidden;rotatable=0;points=[[0,0.5],[1,0.5]];portConstraint=eastwest;whiteSpace=wrap;html=1;" value="- quantidade: int" vertex="1">
          <mxGeometry height="26" width="210" y="52" as="geometry" />
        </mxCell>
        <mxCell id="gy4Eh5UNHML4C2wZnuB5-17" parent="gy4Eh5UNHML4C2wZnuB5-15" style="line;strokeWidth=1;fillColor=none;align=left;verticalAlign=middle;spacingTop=-1;spacingLeft=3;spacingRight=3;rotatable=0;labelPosition=right;points=[];portConstraint=eastwest;strokeColor=inherit;" value="" vertex="1">
          <mxGeometry height="8" width="210" y="78" as="geometry" />
        </mxCell>
        <mxCell id="EbaSRvtsIRmWHhfiMmkh-8" parent="gy4Eh5UNHML4C2wZnuB5-15" style="text;strokeColor=none;fillColor=none;align=left;verticalAlign=top;spacingLeft=4;spacingRight=4;overflow=hidden;rotatable=0;points=[[0,0.5],[1,0.5]];portConstraint=eastwest;whiteSpace=wrap;html=1;" value="+ ItemPedido(Produto p, int qtd)" vertex="1">
          <mxGeometry height="26" width="210" y="86" as="geometry" />
        </mxCell>
        <mxCell id="gy4Eh5UNHML4C2wZnuB5-18" parent="gy4Eh5UNHML4C2wZnuB5-15" style="text;strokeColor=none;fillColor=none;align=left;verticalAlign=top;spacingLeft=4;spacingRight=4;overflow=hidden;rotatable=0;points=[[0,0.5],[1,0.5]];portConstraint=eastwest;whiteSpace=wrap;html=1;" value="+ setQuantidade(int qtd): boolean" vertex="1">
          <mxGeometry height="26" width="210" y="112" as="geometry" />
        </mxCell>
        <mxCell id="EbaSRvtsIRmWHhfiMmkh-6" parent="gy4Eh5UNHML4C2wZnuB5-15" style="text;strokeColor=none;fillColor=none;align=left;verticalAlign=top;spacingLeft=4;spacingRight=4;overflow=hidden;rotatable=0;points=[[0,0.5],[1,0.5]];portConstraint=eastwest;whiteSpace=wrap;html=1;" value="+ getQuantidade(): int" vertex="1">
          <mxGeometry height="26" width="210" y="138" as="geometry" />
        </mxCell>
        <mxCell id="EbaSRvtsIRmWHhfiMmkh-7" parent="gy4Eh5UNHML4C2wZnuB5-15" style="text;strokeColor=none;fillColor=none;align=left;verticalAlign=top;spacingLeft=4;spacingRight=4;overflow=hidden;rotatable=0;points=[[0,0.5],[1,0.5]];portConstraint=eastwest;whiteSpace=wrap;html=1;" value="+ getProduto(): Produto" vertex="1">
          <mxGeometry height="26" width="210" y="164" as="geometry" />
        </mxCell>
        <mxCell id="gy4Eh5UNHML4C2wZnuB5-97" edge="1" parent="gy4Eh5UNHML4C2wZnuB5-49" source="gy4Eh5UNHML4C2wZnuB5-23" style="endArrow=block;endSize=16;endFill=0;html=1;rounded=0;" target="gy4Eh5UNHML4C2wZnuB5-19" value="">
          <mxGeometry relative="1" width="160" as="geometry">
            <mxPoint x="170" y="290" as="sourcePoint" />
            <mxPoint x="330" y="290" as="targetPoint" />
          </mxGeometry>
        </mxCell>
        <mxCell id="gy4Eh5UNHML4C2wZnuB5-101" edge="1" parent="gy4Eh5UNHML4C2wZnuB5-49" source="gy4Eh5UNHML4C2wZnuB5-19" style="endArrow=diamondThin;endFill=1;endSize=24;html=1;rounded=0;edgeStyle=elbowEdgeStyle;" target="gy4Eh5UNHML4C2wZnuB5-3" value="">
          <mxGeometry relative="1" width="160" as="geometry">
            <Array as="points">
              <mxPoint x="120" y="360" />
            </Array>
            <mxPoint x="355" y="230.00000000000023" as="sourcePoint" />
            <mxPoint x="230" y="256" as="targetPoint" />
          </mxGeometry>
        </mxCell>
        <mxCell id="gy4Eh5UNHML4C2wZnuB5-102" connectable="0" parent="gy4Eh5UNHML4C2wZnuB5-101" style="edgeLabel;html=1;align=center;verticalAlign=middle;resizable=0;points=[];" value="+ atendenteAbriu" vertex="1">
          <mxGeometry relative="1" x="-0.7264" y="1" as="geometry">
            <mxPoint x="49" as="offset" />
          </mxGeometry>
        </mxCell>
        <mxCell id="gy4Eh5UNHML4C2wZnuB5-108" edge="1" parent="gy4Eh5UNHML4C2wZnuB5-49" source="gy4Eh5UNHML4C2wZnuB5-31" style="endArrow=diamondThin;endFill=0;endSize=24;html=1;rounded=0;edgeStyle=elbowEdgeStyle;elbow=vertical;" target="gy4Eh5UNHML4C2wZnuB5-15" value="">
          <mxGeometry relative="1" width="160" as="geometry">
            <mxPoint x="980" y="570" as="sourcePoint" />
            <mxPoint x="1140" y="570" as="targetPoint" />
          </mxGeometry>
        </mxCell>
        <mxCell id="gy4Eh5UNHML4C2wZnuB5-109" connectable="0" parent="gy4Eh5UNHML4C2wZnuB5-108" style="edgeLabel;html=1;align=center;verticalAlign=middle;resizable=0;points=[];" value="- produto" vertex="1">
          <mxGeometry relative="1" x="-0.6737" as="geometry">
            <mxPoint x="30" y="-12" as="offset" />
          </mxGeometry>
        </mxCell>
        <mxCell id="gy4Eh5UNHML4C2wZnuB5-117" edge="1" parent="gy4Eh5UNHML4C2wZnuB5-49" source="gy4Eh5UNHML4C2wZnuB5-3" style="endArrow=diamondThin;endFill=1;endSize=24;html=1;rounded=0;edgeStyle=elbowEdgeStyle;" target="gy4Eh5UNHML4C2wZnuB5-27" value="">
          <mxGeometry relative="1" width="160" as="geometry">
            <Array as="points">
              <mxPoint x="465" y="380" />
            </Array>
            <mxPoint x="630" y="180" as="sourcePoint" />
            <mxPoint x="770" y="231" as="targetPoint" />
          </mxGeometry>
        </mxCell>
        <mxCell id="gy4Eh5UNHML4C2wZnuB5-118" connectable="0" parent="gy4Eh5UNHML4C2wZnuB5-117" style="edgeLabel;html=1;align=center;verticalAlign=middle;resizable=0;points=[];" value="- caixaAtual" vertex="1">
          <mxGeometry relative="1" x="-0.7264" y="1" as="geometry">
            <mxPoint x="-23" y="-11" as="offset" />
          </mxGeometry>
        </mxCell>
        <mxCell id="gy4Eh5UNHML4C2wZnuB5-124" edge="1" parent="gy4Eh5UNHML4C2wZnuB5-49" source="gy4Eh5UNHML4C2wZnuB5-23" style="endArrow=diamondThin;endFill=1;endSize=24;html=1;rounded=0;edgeStyle=elbowEdgeStyle;" target="gy4Eh5UNHML4C2wZnuB5-27" value="">
          <mxGeometry relative="1" width="160" as="geometry">
            <Array as="points">
              <mxPoint x="420" y="80" />
            </Array>
            <mxPoint x="160" y="272" as="sourcePoint" />
            <mxPoint x="290" y="140" as="targetPoint" />
          </mxGeometry>
        </mxCell>
        <mxCell id="gy4Eh5UNHML4C2wZnuB5-125" connectable="0" parent="gy4Eh5UNHML4C2wZnuB5-124" style="edgeLabel;html=1;align=center;verticalAlign=middle;resizable=0;points=[];" value="- admin" vertex="1">
          <mxGeometry relative="1" x="-0.7264" y="1" as="geometry">
            <mxPoint x="8" y="-9" as="offset" />
          </mxGeometry>
        </mxCell>
        <mxCell id="EbaSRvtsIRmWHhfiMmkh-24" edge="1" parent="gy4Eh5UNHML4C2wZnuB5-49" source="gy4Eh5UNHML4C2wZnuB5-7" style="endArrow=diamondThin;endFill=1;endSize=24;html=1;rounded=0;edgeStyle=elbowEdgeStyle;" target="gy4Eh5UNHML4C2wZnuB5-3" value="">
          <mxGeometry relative="1" width="160" as="geometry">
            <Array as="points">
              <mxPoint x="160" y="760" />
            </Array>
            <mxPoint x="460" y="714" as="sourcePoint" />
            <mxPoint x="690" y="510" as="targetPoint" />
          </mxGeometry>
        </mxCell>
        <mxCell id="EbaSRvtsIRmWHhfiMmkh-25" connectable="0" parent="EbaSRvtsIRmWHhfiMmkh-24" style="edgeLabel;html=1;align=center;verticalAlign=middle;resizable=0;points=[];" value="- pedidoAtual" vertex="1">
          <mxGeometry relative="1" x="-0.7264" y="1" as="geometry">
            <mxPoint x="-20" y="-15" as="offset" />
          </mxGeometry>
        </mxCell>
        <mxCell id="EbaSRvtsIRmWHhfiMmkh-31" parent="gy4Eh5UNHML4C2wZnuB5-49" style="swimlane;fontStyle=1;align=center;verticalAlign=middle;childLayout=stackLayout;horizontal=1;startSize=40;horizontalStack=0;resizeParent=1;resizeParentMax=0;resizeLast=0;collapsible=0;marginBottom=0;html=1;whiteSpace=wrap;" value="&lt;span style=&quot;font-weight: normal;&quot;&gt;&lt;i&gt;&amp;lt;&amp;lt;enumeration&amp;gt;&amp;gt;&lt;br&gt;&lt;/i&gt;&lt;/span&gt;Pedido.Estado" vertex="1">
          <mxGeometry height="115" width="140" x="660" y="340" as="geometry" />
        </mxCell>
        <mxCell id="EbaSRvtsIRmWHhfiMmkh-33" parent="EbaSRvtsIRmWHhfiMmkh-31" style="text;html=1;strokeColor=none;fillColor=none;align=left;verticalAlign=middle;spacingLeft=4;spacingRight=4;overflow=hidden;rotatable=0;points=[[0,0.5],[1,0.5]];portConstraint=eastwest;whiteSpace=wrap;" value="ABERTO" vertex="1">
          <mxGeometry height="25" width="140" y="40" as="geometry" />
        </mxCell>
        <mxCell id="EbaSRvtsIRmWHhfiMmkh-34" parent="EbaSRvtsIRmWHhfiMmkh-31" style="text;html=1;strokeColor=none;fillColor=none;align=left;verticalAlign=middle;spacingLeft=4;spacingRight=4;overflow=hidden;rotatable=0;points=[[0,0.5],[1,0.5]];portConstraint=eastwest;whiteSpace=wrap;" value="CONCLUIDO" vertex="1">
          <mxGeometry height="25" width="140" y="65" as="geometry" />
        </mxCell>
        <mxCell id="EbaSRvtsIRmWHhfiMmkh-35" parent="EbaSRvtsIRmWHhfiMmkh-31" style="text;html=1;strokeColor=none;fillColor=none;align=left;verticalAlign=middle;spacingLeft=4;spacingRight=4;overflow=hidden;rotatable=0;points=[[0,0.5],[1,0.5]];portConstraint=eastwest;whiteSpace=wrap;" value="CANCELADO" vertex="1">
          <mxGeometry height="25" width="140" y="90" as="geometry" />
        </mxCell>
        <mxCell id="EbaSRvtsIRmWHhfiMmkh-36" edge="1" parent="gy4Eh5UNHML4C2wZnuB5-49" source="EbaSRvtsIRmWHhfiMmkh-31" style="endArrow=diamondThin;endFill=0;endSize=24;html=1;rounded=0;edgeStyle=elbowEdgeStyle;" target="gy4Eh5UNHML4C2wZnuB5-7" value="">
          <mxGeometry relative="1" width="160" as="geometry">
            <Array as="points">
              <mxPoint x="780" y="510" />
            </Array>
            <mxPoint x="845" y="480" as="sourcePoint" />
            <mxPoint x="780" y="626" as="targetPoint" />
          </mxGeometry>
        </mxCell>
        <mxCell id="EbaSRvtsIRmWHhfiMmkh-37" connectable="0" parent="EbaSRvtsIRmWHhfiMmkh-36" style="edgeLabel;html=1;align=center;verticalAlign=middle;resizable=0;points=[];" value="- estado" vertex="1">
          <mxGeometry relative="1" x="-0.6737" as="geometry">
            <mxPoint x="30" y="3" as="offset" />
          </mxGeometry>
        </mxCell>
        <mxCell id="EbaSRvtsIRmWHhfiMmkh-76" edge="1" parent="gy4Eh5UNHML4C2wZnuB5-49" source="gy4Eh5UNHML4C2wZnuB5-19" style="endArrow=diamondThin;endFill=0;endSize=24;html=1;rounded=0;edgeStyle=elbowEdgeStyle;" target="gy4Eh5UNHML4C2wZnuB5-27" value="">
          <mxGeometry relative="1" width="160" as="geometry">
            <Array as="points">
              <mxPoint x="290" y="315" />
            </Array>
            <mxPoint x="290" y="260" as="sourcePoint" />
            <mxPoint x="290" y="339" as="targetPoint" />
          </mxGeometry>
        </mxCell>
        <mxCell id="EbaSRvtsIRmWHhfiMmkh-77" connectable="0" parent="EbaSRvtsIRmWHhfiMmkh-76" style="edgeLabel;html=1;align=center;verticalAlign=middle;resizable=0;points=[];" value="- contaAtual" vertex="1">
          <mxGeometry relative="1" x="-0.6737" as="geometry">
            <mxPoint x="17" y="-9" as="offset" />
          </mxGeometry>
        </mxCell>
        <mxCell id="EbaSRvtsIRmWHhfiMmkh-80" parent="gy4Eh5UNHML4C2wZnuB5-49" style="shape=note;whiteSpace=wrap;html=1;backgroundOutline=1;darkOpacity=0.05;size=21;spacing=6;" value="As propriedades de `id` deverão ser constantes.&lt;div&gt;&lt;br&gt;&lt;/div&gt;&lt;div&gt;Muitos &lt;i&gt;getters&lt;/i&gt; e &lt;i&gt;setters&lt;/i&gt; foram omitidos para simplificar o diagrama.&lt;/div&gt;" vertex="1">
          <mxGeometry height="180" width="180" x="1010" y="40" as="geometry" />
        </mxCell>
        <mxCell id="gy4Eh5UNHML4C2wZnuB5-54" parent="1" style="html=1;shape=mxgraph.sysml.package;xSize=90;align=left;spacingLeft=10;overflow=fill;recursiveResize=0;container=1;collapsible=0;" value="&lt;p style=&quot;margin:0px;margin-top:4px;margin-left:10px;text-align:left;&quot;&gt;&lt;b&gt;pkg&lt;/b&gt;   interface&lt;/p&gt;" vertex="1">
          <mxGeometry height="830" width="360" x="1000" y="-210" as="geometry">
            <mxRectangle height="30" width="120" x="40" y="40" as="alternateBounds" />
          </mxGeometry>
        </mxCell>
        <mxCell id="EbaSRvtsIRmWHhfiMmkh-46" parent="gy4Eh5UNHML4C2wZnuB5-54" style="swimlane;fontStyle=1;align=center;verticalAlign=top;childLayout=stackLayout;horizontal=1;startSize=26;horizontalStack=0;resizeParent=1;resizeParentMax=0;resizeLast=0;collapsible=1;marginBottom=0;whiteSpace=wrap;html=1;" value="MenuExemplo" vertex="1">
          <mxGeometry height="210" width="260" x="40" y="75" as="geometry" />
        </mxCell>
        <mxCell id="EbaSRvtsIRmWHhfiMmkh-47" parent="EbaSRvtsIRmWHhfiMmkh-46" style="text;strokeColor=none;fillColor=none;align=left;verticalAlign=top;spacingLeft=4;spacingRight=4;overflow=hidden;rotatable=0;points=[[0,0.5],[1,0.5]];portConstraint=eastwest;whiteSpace=wrap;html=1;" value="+ field: type" vertex="1">
          <mxGeometry height="26" width="260" y="26" as="geometry" />
        </mxCell>
        <mxCell id="EbaSRvtsIRmWHhfiMmkh-48" parent="EbaSRvtsIRmWHhfiMmkh-46" style="line;strokeWidth=1;fillColor=none;align=left;verticalAlign=middle;spacingTop=-1;spacingLeft=3;spacingRight=3;rotatable=0;labelPosition=right;points=[];portConstraint=eastwest;strokeColor=inherit;" value="" vertex="1">
          <mxGeometry height="8" width="260" y="52" as="geometry" />
        </mxCell>
        <mxCell id="EbaSRvtsIRmWHhfiMmkh-49" parent="EbaSRvtsIRmWHhfiMmkh-46" style="text;strokeColor=none;fillColor=none;align=left;verticalAlign=top;spacingLeft=4;spacingRight=4;overflow=hidden;rotatable=0;points=[[0,0.5],[1,0.5]];portConstraint=eastwest;whiteSpace=wrap;html=1;" value="+ MenuExemplo(Loja l)" vertex="1">
          <mxGeometry height="30" width="260" y="60" as="geometry" />
        </mxCell>
        <mxCell id="EbaSRvtsIRmWHhfiMmkh-53" parent="EbaSRvtsIRmWHhfiMmkh-46" style="text;strokeColor=none;fillColor=none;align=left;verticalAlign=top;spacingLeft=4;spacingRight=4;overflow=hidden;rotatable=0;points=[[0,0.5],[1,0.5]];portConstraint=eastwest;whiteSpace=wrap;html=1;" value="+ iniciar(): void" vertex="1">
          <mxGeometry height="30" width="260" y="90" as="geometry" />
        </mxCell>
        <mxCell id="EbaSRvtsIRmWHhfiMmkh-54" parent="EbaSRvtsIRmWHhfiMmkh-46" style="text;strokeColor=none;fillColor=none;align=left;verticalAlign=top;spacingLeft=4;spacingRight=4;overflow=hidden;rotatable=0;points=[[0,0.5],[1,0.5]];portConstraint=eastwest;whiteSpace=wrap;html=1;" value="+ pedirNome(): void" vertex="1">
          <mxGeometry height="30" width="260" y="120" as="geometry" />
        </mxCell>
        <mxCell id="EbaSRvtsIRmWHhfiMmkh-55" parent="EbaSRvtsIRmWHhfiMmkh-46" style="text;strokeColor=none;fillColor=none;align=left;verticalAlign=top;spacingLeft=4;spacingRight=4;overflow=hidden;rotatable=0;points=[[0,0.5],[1,0.5]];portConstraint=eastwest;whiteSpace=wrap;html=1;" value="+ pedirMatricula(): void" vertex="1">
          <mxGeometry height="30" width="260" y="150" as="geometry" />
        </mxCell>
        <mxCell id="EbaSRvtsIRmWHhfiMmkh-56" parent="EbaSRvtsIRmWHhfiMmkh-46" style="text;strokeColor=none;fillColor=none;align=left;verticalAlign=top;spacingLeft=4;spacingRight=4;overflow=hidden;rotatable=0;points=[[0,0.5],[1,0.5]];portConstraint=eastwest;whiteSpace=wrap;html=1;" value="+ finalizar(): void" vertex="1">
          <mxGeometry height="30" width="260" y="180" as="geometry" />
        </mxCell>
        <mxCell id="EbaSRvtsIRmWHhfiMmkh-57" parent="gy4Eh5UNHML4C2wZnuB5-54" style="swimlane;fontStyle=1;align=center;verticalAlign=top;childLayout=stackLayout;horizontal=1;startSize=26;horizontalStack=0;resizeParent=1;resizeParentMax=0;resizeLast=0;collapsible=1;marginBottom=0;whiteSpace=wrap;html=1;" value="ListagemProdutosExemplo" vertex="1">
          <mxGeometry height="210" width="260" x="51" y="575" as="geometry" />
        </mxCell>
        <mxCell id="EbaSRvtsIRmWHhfiMmkh-58" parent="EbaSRvtsIRmWHhfiMmkh-57" style="text;strokeColor=none;fillColor=none;align=left;verticalAlign=top;spacingLeft=4;spacingRight=4;overflow=hidden;rotatable=0;points=[[0,0.5],[1,0.5]];portConstraint=eastwest;whiteSpace=wrap;html=1;" value="+ field: type" vertex="1">
          <mxGeometry height="26" width="260" y="26" as="geometry" />
        </mxCell>
        <mxCell id="EbaSRvtsIRmWHhfiMmkh-59" parent="EbaSRvtsIRmWHhfiMmkh-57" style="line;strokeWidth=1;fillColor=none;align=left;verticalAlign=middle;spacingTop=-1;spacingLeft=3;spacingRight=3;rotatable=0;labelPosition=right;points=[];portConstraint=eastwest;strokeColor=inherit;" value="" vertex="1">
          <mxGeometry height="8" width="260" y="52" as="geometry" />
        </mxCell>
        <mxCell id="EbaSRvtsIRmWHhfiMmkh-60" parent="EbaSRvtsIRmWHhfiMmkh-57" style="text;strokeColor=none;fillColor=none;align=left;verticalAlign=top;spacingLeft=4;spacingRight=4;overflow=hidden;rotatable=0;points=[[0,0.5],[1,0.5]];portConstraint=eastwest;whiteSpace=wrap;html=1;" value="+&amp;nbsp;&lt;span style=&quot;text-align: center;&quot;&gt;ListagemProdutosExemplo&lt;/span&gt;(Loja l)" vertex="1">
          <mxGeometry height="30" width="260" y="60" as="geometry" />
        </mxCell>
        <mxCell id="EbaSRvtsIRmWHhfiMmkh-61" parent="EbaSRvtsIRmWHhfiMmkh-57" style="text;strokeColor=none;fillColor=none;align=left;verticalAlign=top;spacingLeft=4;spacingRight=4;overflow=hidden;rotatable=0;points=[[0,0.5],[1,0.5]];portConstraint=eastwest;whiteSpace=wrap;html=1;" value="+ iniciar(): void" vertex="1">
          <mxGeometry height="30" width="260" y="90" as="geometry" />
        </mxCell>
        <mxCell id="EbaSRvtsIRmWHhfiMmkh-63" parent="EbaSRvtsIRmWHhfiMmkh-57" style="text;strokeColor=none;fillColor=none;align=left;verticalAlign=top;spacingLeft=4;spacingRight=4;overflow=hidden;rotatable=0;points=[[0,0.5],[1,0.5]];portConstraint=eastwest;whiteSpace=wrap;html=1;" value="+ listarProdutos(): void" vertex="1">
          <mxGeometry height="30" width="260" y="120" as="geometry" />
        </mxCell>
        <mxCell id="EbaSRvtsIRmWHhfiMmkh-65" parent="EbaSRvtsIRmWHhfiMmkh-57" style="text;strokeColor=none;fillColor=none;align=left;verticalAlign=top;spacingLeft=4;spacingRight=4;overflow=hidden;rotatable=0;points=[[0,0.5],[1,0.5]];portConstraint=eastwest;whiteSpace=wrap;html=1;" value="+ pedirAcao(): int" vertex="1">
          <mxGeometry height="30" width="260" y="150" as="geometry" />
        </mxCell>
        <mxCell id="EbaSRvtsIRmWHhfiMmkh-64" parent="EbaSRvtsIRmWHhfiMmkh-57" style="text;strokeColor=none;fillColor=none;align=left;verticalAlign=top;spacingLeft=4;spacingRight=4;overflow=hidden;rotatable=0;points=[[0,0.5],[1,0.5]];portConstraint=eastwest;whiteSpace=wrap;html=1;" value="+ finalizar(): void" vertex="1">
          <mxGeometry height="30" width="260" y="180" as="geometry" />
        </mxCell>
        <mxCell id="EbaSRvtsIRmWHhfiMmkh-66" parent="gy4Eh5UNHML4C2wZnuB5-54" style="swimlane;fontStyle=1;align=center;verticalAlign=top;childLayout=stackLayout;horizontal=1;startSize=26;horizontalStack=0;resizeParent=1;resizeParentMax=0;resizeLast=0;collapsible=1;marginBottom=0;whiteSpace=wrap;html=1;" value="TelaAutenticadaExemplo" vertex="1">
          <mxGeometry height="210" width="260" x="51" y="330" as="geometry" />
        </mxCell>
        <mxCell id="EbaSRvtsIRmWHhfiMmkh-67" parent="EbaSRvtsIRmWHhfiMmkh-66" style="text;strokeColor=none;fillColor=none;align=left;verticalAlign=top;spacingLeft=4;spacingRight=4;overflow=hidden;rotatable=0;points=[[0,0.5],[1,0.5]];portConstraint=eastwest;whiteSpace=wrap;html=1;" value="+ field: type" vertex="1">
          <mxGeometry height="26" width="260" y="26" as="geometry" />
        </mxCell>
        <mxCell id="EbaSRvtsIRmWHhfiMmkh-68" parent="EbaSRvtsIRmWHhfiMmkh-66" style="line;strokeWidth=1;fillColor=none;align=left;verticalAlign=middle;spacingTop=-1;spacingLeft=3;spacingRight=3;rotatable=0;labelPosition=right;points=[];portConstraint=eastwest;strokeColor=inherit;" value="" vertex="1">
          <mxGeometry height="8" width="260" y="52" as="geometry" />
        </mxCell>
        <mxCell id="EbaSRvtsIRmWHhfiMmkh-69" parent="EbaSRvtsIRmWHhfiMmkh-66" style="text;strokeColor=none;fillColor=none;align=left;verticalAlign=top;spacingLeft=4;spacingRight=4;overflow=hidden;rotatable=0;points=[[0,0.5],[1,0.5]];portConstraint=eastwest;whiteSpace=wrap;html=1;" value="+&amp;nbsp;&lt;span style=&quot;text-align: center;&quot;&gt;TelaAutenticada&lt;/span&gt;(Loja l)" vertex="1">
          <mxGeometry height="30" width="260" y="60" as="geometry" />
        </mxCell>
        <mxCell id="EbaSRvtsIRmWHhfiMmkh-70" parent="EbaSRvtsIRmWHhfiMmkh-66" style="text;strokeColor=none;fillColor=none;align=left;verticalAlign=top;spacingLeft=4;spacingRight=4;overflow=hidden;rotatable=0;points=[[0,0.5],[1,0.5]];portConstraint=eastwest;whiteSpace=wrap;html=1;" value="+ iniciar(): void" vertex="1">
          <mxGeometry height="30" width="260" y="90" as="geometry" />
        </mxCell>
        <mxCell id="EbaSRvtsIRmWHhfiMmkh-71" parent="EbaSRvtsIRmWHhfiMmkh-66" style="text;strokeColor=none;fillColor=none;align=left;verticalAlign=top;spacingLeft=4;spacingRight=4;overflow=hidden;rotatable=0;points=[[0,0.5],[1,0.5]];portConstraint=eastwest;whiteSpace=wrap;html=1;" value="+ solicitarCodAutorizacao(): boolean" vertex="1">
          <mxGeometry height="30" width="260" y="120" as="geometry" />
        </mxCell>
        <mxCell id="EbaSRvtsIRmWHhfiMmkh-72" parent="EbaSRvtsIRmWHhfiMmkh-66" style="text;strokeColor=none;fillColor=none;align=left;verticalAlign=top;spacingLeft=4;spacingRight=4;overflow=hidden;rotatable=0;points=[[0,0.5],[1,0.5]];portConstraint=eastwest;whiteSpace=wrap;html=1;" value="+ pedirAcao(): int" vertex="1">
          <mxGeometry height="30" width="260" y="150" as="geometry" />
        </mxCell>
        <mxCell id="EbaSRvtsIRmWHhfiMmkh-73" parent="EbaSRvtsIRmWHhfiMmkh-66" style="text;strokeColor=none;fillColor=none;align=left;verticalAlign=top;spacingLeft=4;spacingRight=4;overflow=hidden;rotatable=0;points=[[0,0.5],[1,0.5]];portConstraint=eastwest;whiteSpace=wrap;html=1;" value="+ finalizar(): void" vertex="1">
          <mxGeometry height="30" width="260" y="180" as="geometry" />
        </mxCell>
      </root>
    </mxGraphModel>
  </diagram>
</mxfile>
